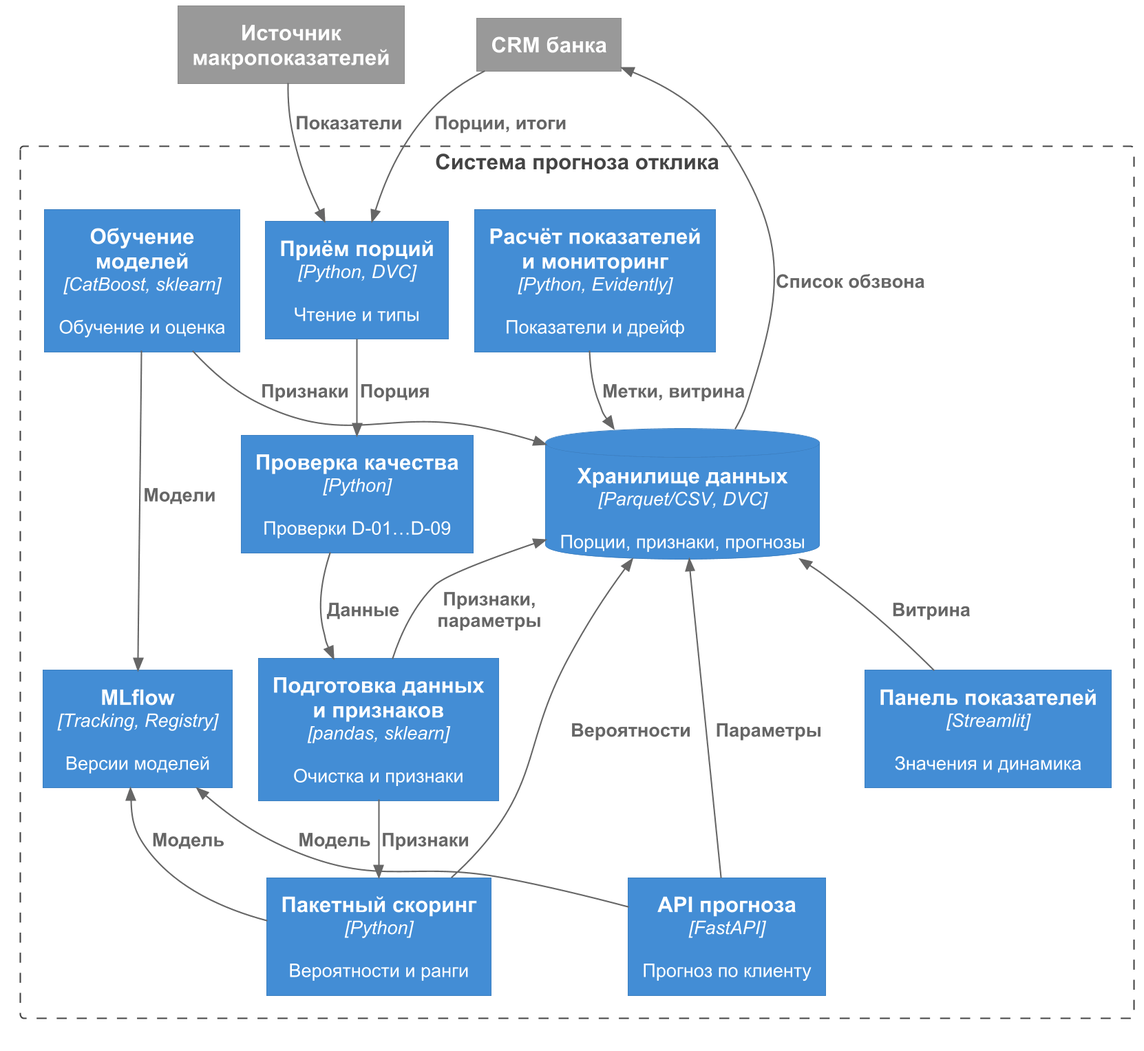
Before: report_assets/pr2/img/рис_2_2.png, a diagram exported from PlantUML (Lishangie/bank-marketing-mlops).
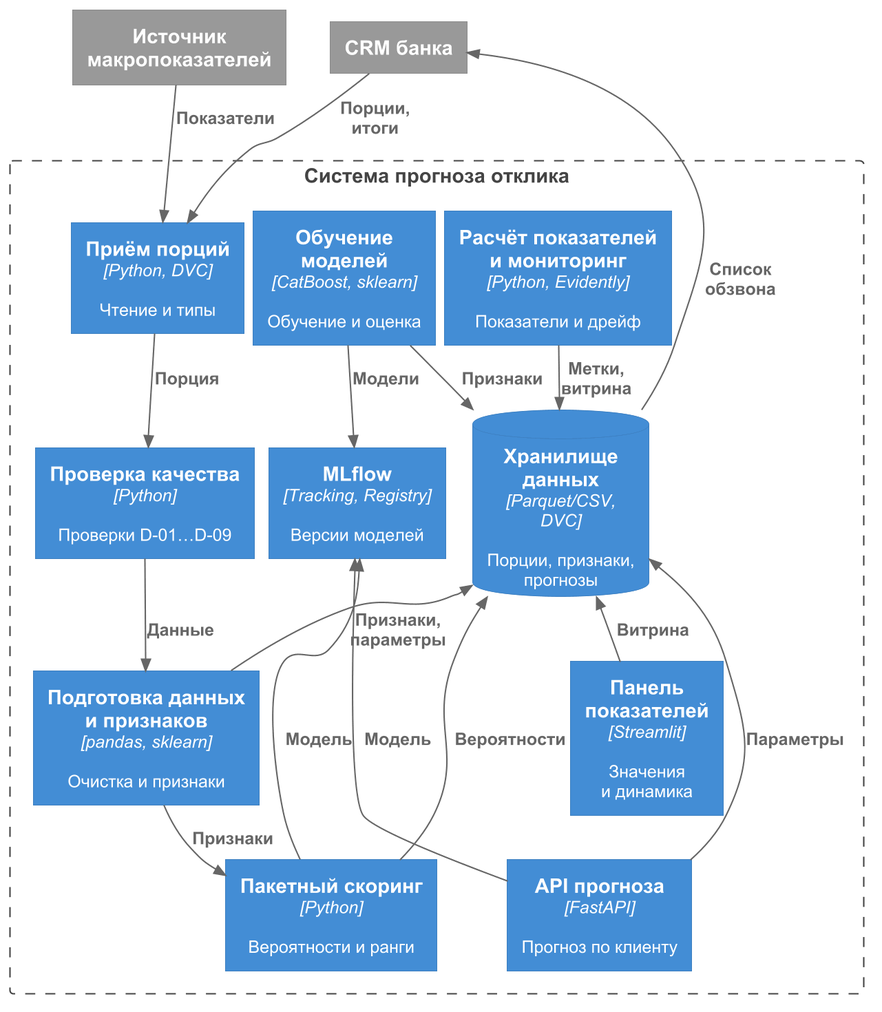
Above is the later version.

Change to the diagram source:
```diff
@@ -1,48 +1,59 @@
 @startuml c4_container
-!pragma layout smetana
 !include <C4/C4_Container>
 skinparam dpi 200
 skinparam defaultFontName Arial
-skinparam defaultFontSize 13
-!$TECHN_FONT_SIZE = 13
+skinparam defaultFontSize 12
+!$TECHN_FONT_SIZE = 12
 LAYOUT_TOP_DOWN()
 HIDE_STEREOTYPE()
+skinparam nodesep 6
+skinparam ranksep 12
 
 System_Ext(crm, "CRM банка")
 System_Ext(macro, "Источник\nмакропоказателей")
 
 Boundary(system, "Система прогноза отклика") {
   Container(ingest, "Приём порций", "Python, DVC", "Чтение и типы")
+  Container(validate, "Проверка качества", "Python", "Проверки D-01…D-09")
+  Container(prep, "Подготовка данных\nи признаков", "pandas, sklearn", "Очистка и признаки")
   Container(train, "Обучение\nмоделей", "CatBoost, sklearn", "Обучение и оценка")
+  Container(mlflow, "MLflow", "Tracking, Registry", "Версии моделей")
+  Container(score, "Пакетный скоринг", "Python", "Вероятности и ранги")
   Container(monitor, "Расчёт показателей\nи мониторинг", "Python, Evidently", "Показатели и дрейф")
-  Container(validate, "Проверка качества", "Python", "Проверки D-01…D-09")
-  Container(mlflow, "MLflow", "Tracking, Registry", "Версии моделей")
-  ContainerDb(store, "Хранилище данных", "Parquet/CSV, DVC", "Порции, признаки, прогнозы")
-  Container(prep, "Подготовка данных\nи признаков", "pandas, sklearn", "Очистка и признаки")
-  Container(score, "Пакетный скоринг", "Python", "Вероятности и ранги")
-  Container(panel, "Панель показателей", "Streamlit", "Значения и динамика")
+  ContainerDb(store, "Хранилище\nданных", "Parquet/CSV,\nDVC", "Порции, признаки,\nпрогнозы")
+  Container(panel, "Панель\nпоказателей", "Streamlit", "Значения\nи динамика")
   Container(api, "API прогноза", "FastAPI", "Прогноз по клиенту")
 }
 
-Lay_R(macro, crm)
-Lay_D(macro, train)
-Lay_D(crm, monitor)
+Lay_D(ingest, validate)
+Lay_D(validate, prep)
+Lay_D(train, mlflow)
+Lay_D(monitor, store)
 Lay_D(store, panel)
 Lay_D(panel, api)
+Lay_R(ingest, train)
+Lay_R(train, monitor)
+Lay_R(validate, mlflow)
+Lay_R(mlflow, store)
+Lay_R(prep, panel)
+Lay_R(score, api)
+Lay_R(macro, crm)
+Lay_D(crm, monitor)
+Lay_D(macro, ingest)
 
-Rel(crm, ingest, "Порции, итоги")
+Rel(crm, ingest, "Порции,\nитоги")
 Rel(macro, ingest, "Показатели")
-Rel(ingest, validate, "Порция")
-Rel(validate, prep, "Данные")
-Rel(prep, score, "Признаки")
+Rel_D(ingest, validate, "Порция")
+Rel_D(validate, prep, "Данные")
+Rel_D(prep, score, "Признаки")
 Rel_U(prep, store, "Признаки,\nпараметры")
-Rel(train, mlflow, "Модели")
-Rel(train, store, "Признаки")
+Rel_D(train, mlflow, "Модели")
+Rel_D(train, store, "Признаки")
 Rel_U(score, mlflow, "Модель")
 Rel_U(score, store, "Вероятности")
-Rel(monitor, store, "Метки, витрина")
+Rel_D(monitor, store, "Метки,\nвитрина")
 Rel_U(panel, store, "Витрина")
 Rel_U(api, mlflow, "Модель")
 Rel_U(api, store, "Параметры")
-Rel_U(store, crm, "Список обзвона")
+Rel_U(store, crm, "Список\nобзвона")
 @enduml
```
